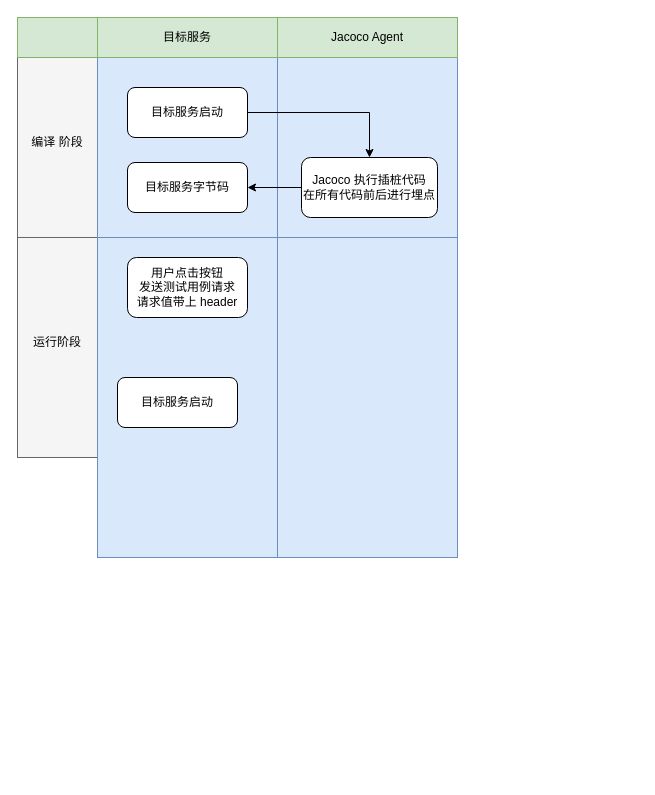
Above: draw.io/jacoco 核心流程.drawio in KeatonLi/pictures (draw.io), before the change. Source tidied: cells renumbered, new cells numbered last; positions are measured from the earlier drawing's top-left corner, leaving out a move shared by most shapes. Both pictures are drawn from the tidied source at 100%, with x=0, y=0 at pixel (17, 17).
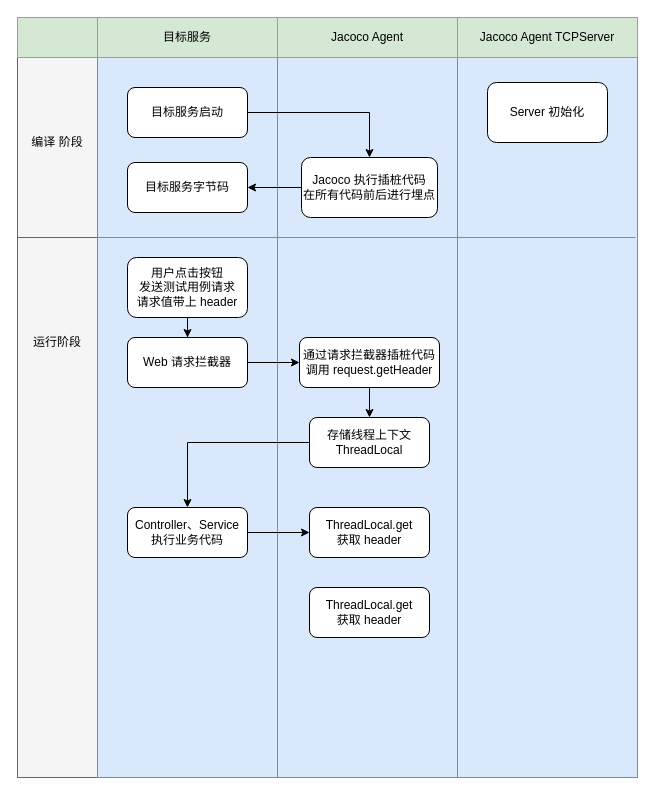
After the change.

Commit message (it also covers changes not shown here):
更新jacoco 核心流程.drawio

The change refers to these unchanged cells:
```xml
<mxCell id="16" value="用户点击按钮&lt;br&gt;发送测试用例请求&lt;br&gt;请求值带上 header" style="rounded=1;whiteSpace=wrap;html=1;" parent="1" vertex="1">
  <mxGeometry x="110" y="240" width="120" height="60" as="geometry" />
</mxCell>
```

The edit, as a diff of the source:
```diff
@@
+    <mxCell id="19" style="rounded=0;whiteSpace=wrap;html=1;fillColor=#dae8fc;strokeColor=#6c8ebf;" parent="1" vertex="1">
+      <mxGeometry x="440" y="30" width="180" height="730" as="geometry" />
+    </mxCell>
@@
     <mxCell id="3" style="rounded=0;whiteSpace=wrap;html=1;fillColor=#f5f5f5;fontColor=#333333;strokeColor=#666666;" parent="1" vertex="1">
-      <mxGeometry y="220" width="440" height="220" as="geometry" />
+      <mxGeometry y="220" width="440" height="540" as="geometry" />
     </mxCell>
     <mxCell id="4" style="rounded=0;whiteSpace=wrap;html=1;fillColor=#dae8fc;strokeColor=#6c8ebf;" parent="1" vertex="1">
-      <mxGeometry x="260" y="10" width="180" height="530" as="geometry" />
+      <mxGeometry x="260" y="10" width="180" height="750" as="geometry" />
     </mxCell>
     <mxCell id="5" style="rounded=0;whiteSpace=wrap;html=1;fillColor=#dae8fc;strokeColor=#6c8ebf;" parent="1" vertex="1">
-      <mxGeometry x="80" y="10" width="180" height="530" as="geometry" />
+      <mxGeometry x="80" y="10" width="180" height="750" as="geometry" />
     </mxCell>
@@
+    <mxCell id="20" style="edgeStyle=orthogonalEdgeStyle;rounded=0;jettySize=auto;html=1;" parent="1" edge="1" source="16" target="18">
+      <mxGeometry relative="1" as="geometry" />
+    </mxCell>
@@
     <mxCell id="17" style="endArrow=none;html=1;rounded=0;fillColor=#dae8fc;strokeColor=#6c8ebf;" parent="1" edge="1">
       <mxGeometry relative="1" as="geometry">
         <mxPoint x="80" y="220" as="sourcePoint" />
-        <mxPoint x="440" y="220" as="targetPoint" />
+        <mxPoint x="618" y="220" as="targetPoint" />
       </mxGeometry>
     </mxCell>
+    <mxCell id="21" style="edgeStyle=orthogonalEdgeStyle;rounded=0;jettySize=auto;html=1;entryX=0;entryY=0.5;entryDx=0;entryDy=0;" parent="1" edge="1" source="18" target="23">
+      <mxGeometry relative="1" as="geometry" />
+    </mxCell>
-    <mxCell id="18" value="目标服务启动" style="rounded=1;whiteSpace=wrap;html=1;" parent="1" vertex="1">
-      <mxGeometry x="100" y="360" width="120" height="50" as="geometry" />
+    <mxCell id="18" value="Web 请求拦截器" style="rounded=1;whiteSpace=wrap;html=1;" parent="1" vertex="1">
+      <mxGeometry x="110" y="320" width="120" height="50" as="geometry" />
     </mxCell>
+    <mxCell id="22" style="edgeStyle=orthogonalEdgeStyle;rounded=0;jettySize=auto;html=1;" parent="1" edge="1" source="23" target="25">
+      <mxGeometry relative="1" as="geometry" />
+    </mxCell>
+    <mxCell id="23" value="通过请求拦截器插桩代码&lt;br&gt;调用 request.getHeader" style="rounded=1;whiteSpace=wrap;html=1;" parent="1" vertex="1">
+      <mxGeometry x="282" y="320" width="140" height="50" as="geometry" />
+    </mxCell>
+    <mxCell id="24" style="edgeStyle=orthogonalEdgeStyle;rounded=0;jettySize=auto;html=1;entryX=0.5;entryY=0;entryDx=0;entryDy=0;" parent="1" edge="1" source="25" target="27">
+      <mxGeometry relative="1" as="geometry" />
+    </mxCell>
+    <mxCell id="25" value="存储线程上下文&lt;br&gt;ThreadLocal" style="rounded=1;whiteSpace=wrap;html=1;" parent="1" vertex="1">
+      <mxGeometry x="292" y="400" width="120" height="50" as="geometry" />
+    </mxCell>
+    <mxCell id="26" style="edgeStyle=orthogonalEdgeStyle;rounded=0;jettySize=auto;html=1;entryX=0;entryY=0.5;entryDx=0;entryDy=0;" parent="1" edge="1" source="27" target="28">
+      <mxGeometry relative="1" as="geometry" />
+    </mxCell>
+    <mxCell id="27" value="Controller、Service&lt;br&gt;执行业务代码" style="rounded=1;whiteSpace=wrap;html=1;" parent="1" vertex="1">
+      <mxGeometry x="110" y="490" width="120" height="50" as="geometry" />
+    </mxCell>
+    <mxCell id="28" value="ThreadLocal.get&lt;br&gt;获取 header" style="rounded=1;whiteSpace=wrap;html=1;" parent="1" vertex="1">
+      <mxGeometry x="292" y="490" width="120" height="50" as="geometry" />
+    </mxCell>
+    <mxCell id="29" value="ThreadLocal.get&lt;br&gt;获取 header" style="rounded=1;whiteSpace=wrap;html=1;" parent="1" vertex="1">
+      <mxGeometry x="292" y="570" width="120" height="50" as="geometry" />
+    </mxCell>
+    <mxCell id="30" value="Jacoco Agent TCPServer" style="rounded=0;whiteSpace=wrap;html=1;fillColor=#d5e8d4;strokeColor=#82b366;" parent="1" vertex="1">
+      <mxGeometry x="440" width="180" height="40" as="geometry" />
+    </mxCell>
+    <mxCell id="31" value="Server 初始化" style="rounded=1;whiteSpace=wrap;html=1;" parent="1" vertex="1">
+      <mxGeometry x="470" y="65" width="120" height="60" as="geometry" />
+    </mxCell>
```
